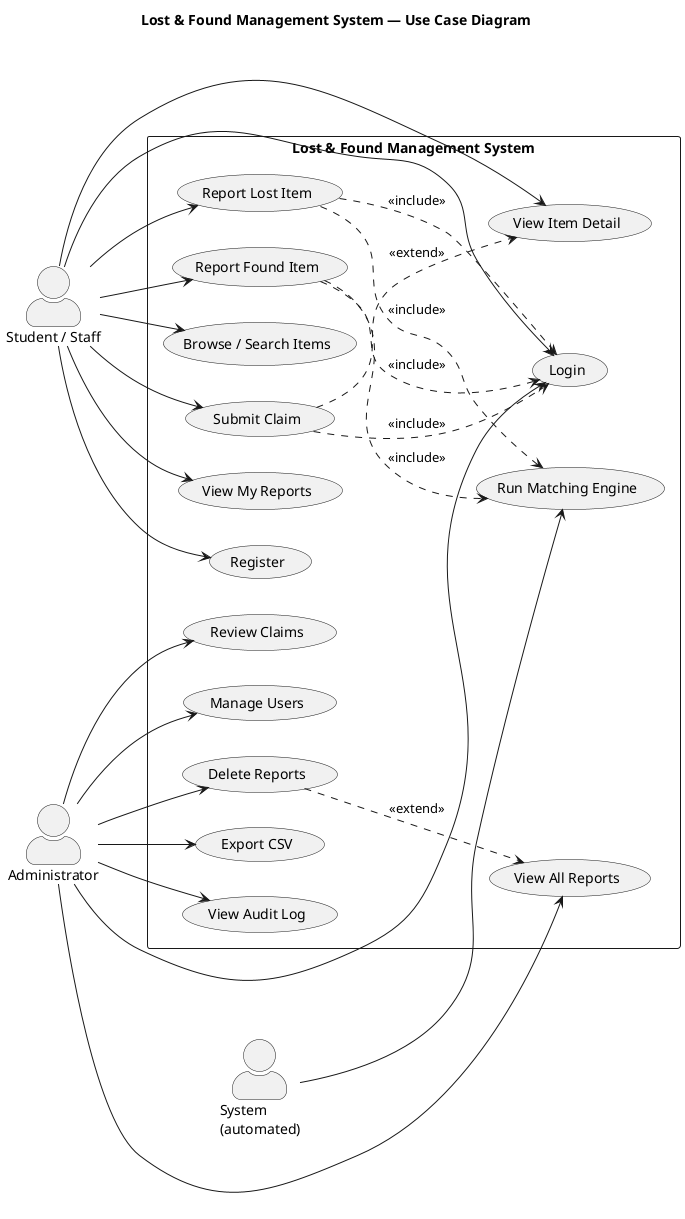
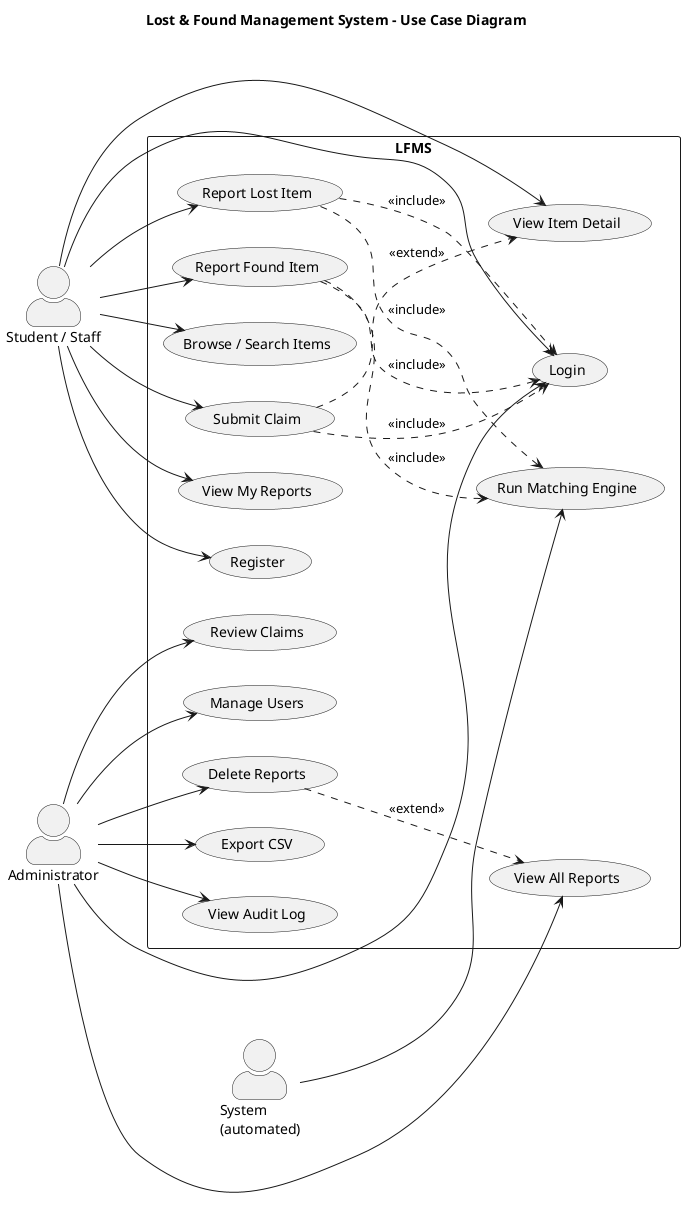
@startuml use-case
- title Lost & Found Management System — Use Case Diagram
+ title Lost & Found Management System - Use Case Diagram
left to right direction
skinparam packageStyle rectangle
skinparam actorStyle awesome

actor "Student / Staff" as Student
actor "Administrator" as Admin
actor "System\n(automated)" as System

- rectangle "Lost & Found Management System" {
+ rectangle "LFMS" {
  usecase "Register" as UC_Reg
  usecase "Login" as UC_Login
  usecase "Report Lost Item" as UC_Lost
  usecase "Report Found Item" as UC_Found
  usecase "Browse / Search Items" as UC_Browse
  usecase "View Item Detail" as UC_Detail
  usecase "Submit Claim" as UC_Claim
  usecase "View My Reports" as UC_My

  usecase "Review Claims" as UC_Review
  usecase "Manage Users" as UC_Users
  usecase "View All Reports" as UC_AllRep
  usecase "Delete Reports" as UC_Del
  usecase "Export CSV" as UC_Export
  usecase "View Audit Log" as UC_Audit

  usecase "Run Matching Engine" as UC_Match
}

' Student / Staff
Student --> UC_Reg
Student --> UC_Login
Student --> UC_Lost
Student --> UC_Found
Student --> UC_Browse
Student --> UC_Detail
Student --> UC_Claim
Student --> UC_My

' Administrator
Admin --> UC_Login
Admin --> UC_Review
Admin --> UC_Users
Admin --> UC_AllRep
Admin --> UC_Del
Admin --> UC_Export
Admin --> UC_Audit

' System (automated)
System --> UC_Match

' Relationships
UC_Lost  ..> UC_Match : <<include>>
UC_Found ..> UC_Match : <<include>>
UC_Claim ..> UC_Detail : <<extend>>
UC_Del   ..> UC_AllRep : <<extend>>
UC_Lost  ..> UC_Login  : <<include>>
UC_Found ..> UC_Login  : <<include>>
UC_Claim ..> UC_Login  : <<include>>
@enduml
